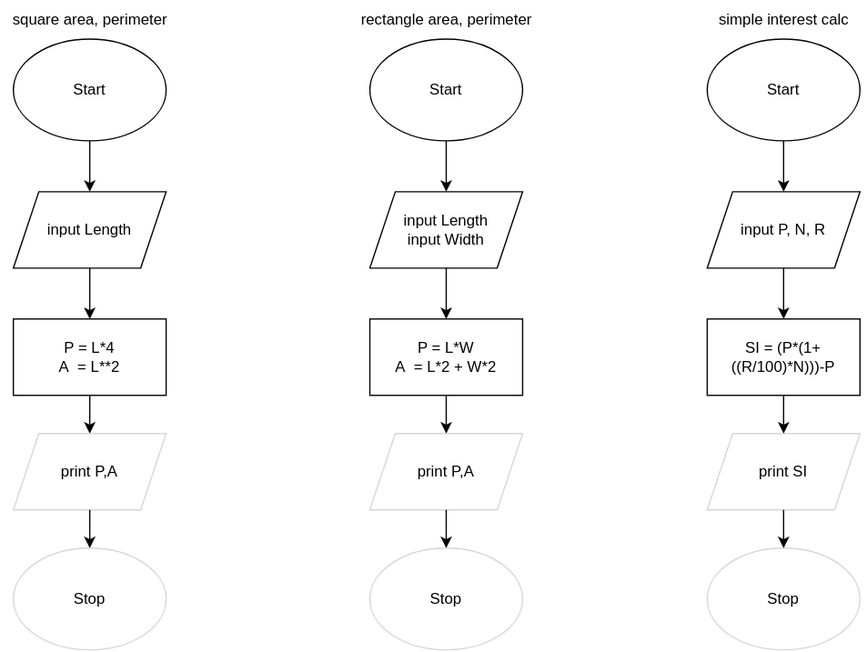
Earlier version of the draw.io export school/js assignments/algorithm exercise/Untitled Diagram.drawio.svg (19AS19/school). Source tidied: cells renumbered, new cells last; positions are measured from the earlier drawing's top-left corner, leaving out a move shared by most shapes.
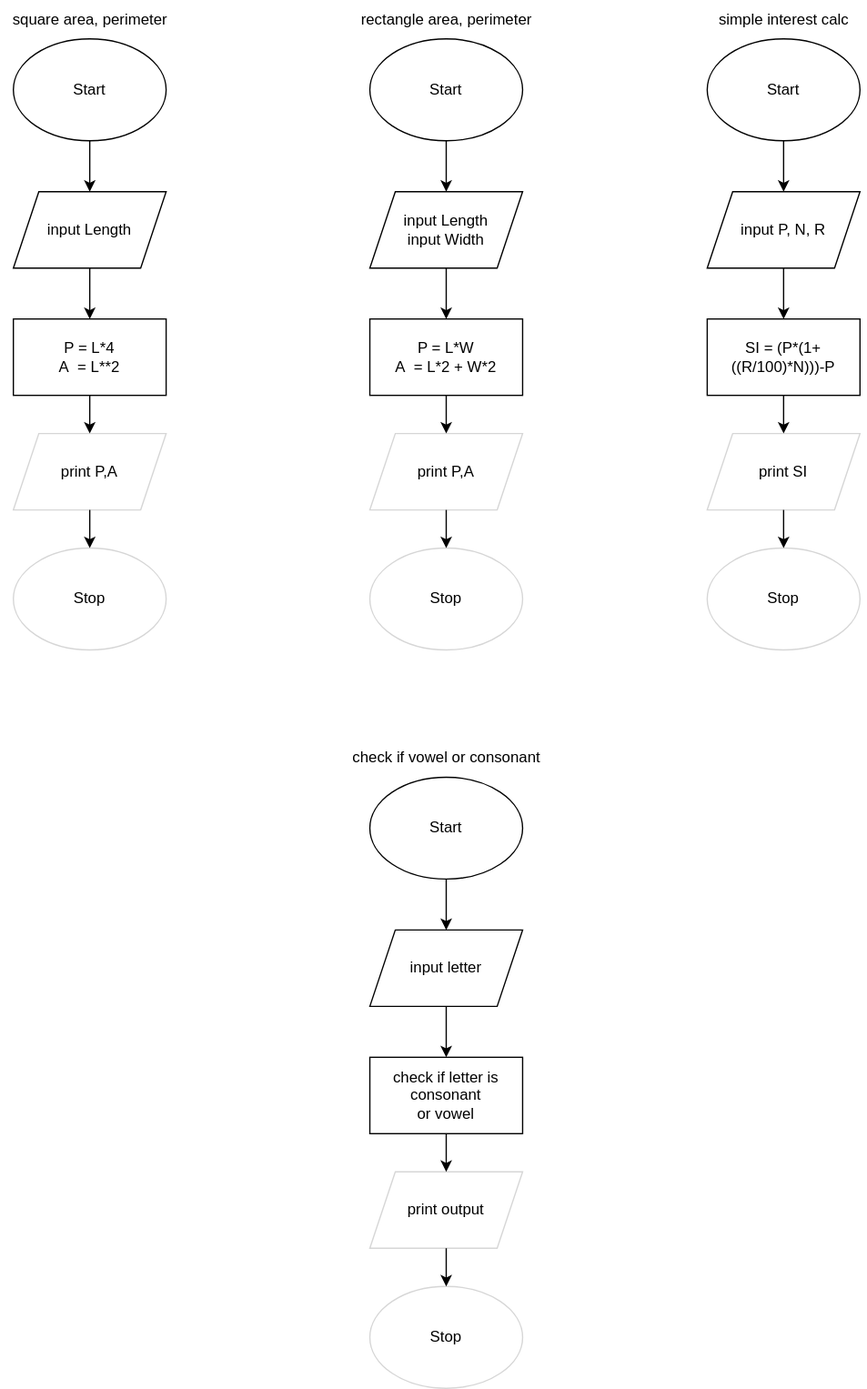
Above is the later version.

Change to the diagram source:
```diff
@@ -98,5 +98,37 @@
     <mxCell id="31" value="simple interest calc" style="text;html=1;align=center;verticalAlign=middle;strokeColor=none;fillColor=none;fontColor=#000000;" parent="1" vertex="1">
       <mxGeometry x="550" width="130" height="30" as="geometry" />
     </mxCell>
+    <mxCell id="32" value="Start" style="ellipse;whiteSpace=wrap;html=1;" parent="1" vertex="1">
+      <mxGeometry x="290" y="610" width="120" height="80" as="geometry" />
+    </mxCell>
+    <mxCell id="33" value="input letter" style="shape=parallelogram;perimeter=parallelogramPerimeter;whiteSpace=wrap;html=1;fixedSize=1;" parent="1" vertex="1">
+      <mxGeometry x="290" y="730" width="120" height="60" as="geometry" />
+    </mxCell>
+    <mxCell id="34" value="&lt;div&gt;check if letter is consonant&lt;/div&gt;&lt;div&gt;or vowel&lt;/div&gt;" style="rounded=0;whiteSpace=wrap;html=1;" parent="1" vertex="1">
+      <mxGeometry x="290" y="830" width="120" height="60" as="geometry" />
+    </mxCell>
+    <mxCell id="35" value="print output" style="shape=parallelogram;perimeter=parallelogramPerimeter;whiteSpace=wrap;html=1;fixedSize=1;strokeColor=#D6D6D6;fontColor=#000000;" parent="1" vertex="1">
+      <mxGeometry x="290" y="920" width="120" height="60" as="geometry" />
+    </mxCell>
+    <mxCell id="36" value="Stop" style="ellipse;whiteSpace=wrap;html=1;strokeColor=#D6D6D6;fontColor=#000000;" parent="1" vertex="1">
+      <mxGeometry x="290" y="1010" width="120" height="80" as="geometry" />
+    </mxCell>
+    <mxCell id="37" style="endArrow=classic;html=1;rounded=0;fontColor=#000000;entryX=0.5;entryY=0;entryDx=0;entryDy=0;" parent="1" edge="1" target="33">
+      <mxGeometry relative="1" as="geometry">
+        <mxPoint x="350" y="690" as="sourcePoint" />
+      </mxGeometry>
+    </mxCell>
+    <mxCell id="38" style="endArrow=classic;html=1;rounded=0;fontColor=#000000;entryX=0.5;entryY=0;entryDx=0;entryDy=0;exitX=0.5;exitY=1;exitDx=0;exitDy=0;" parent="1" edge="1" source="33" target="34">
+      <mxGeometry relative="1" as="geometry" />
+    </mxCell>
+    <mxCell id="39" style="endArrow=classic;html=1;rounded=0;fontColor=#000000;exitX=0.5;exitY=1;exitDx=0;exitDy=0;" parent="1" edge="1" source="34" target="35">
+      <mxGeometry relative="1" as="geometry" />
+    </mxCell>
+    <mxCell id="40" style="endArrow=classic;html=1;rounded=0;fontColor=#000000;entryX=0.5;entryY=0;entryDx=0;entryDy=0;exitX=0.5;exitY=1;exitDx=0;exitDy=0;" parent="1" edge="1" source="35" target="36">
+      <mxGeometry relative="1" as="geometry" />
+    </mxCell>
+    <mxCell id="41" value="check if vowel or consonant" style="text;html=1;align=center;verticalAlign=middle;strokeColor=none;fillColor=none;" parent="1" vertex="1">
+      <mxGeometry x="265" y="580" width="170" height="30" as="geometry" />
+    </mxCell>
   </root>
 </mxGraphModel>
```
